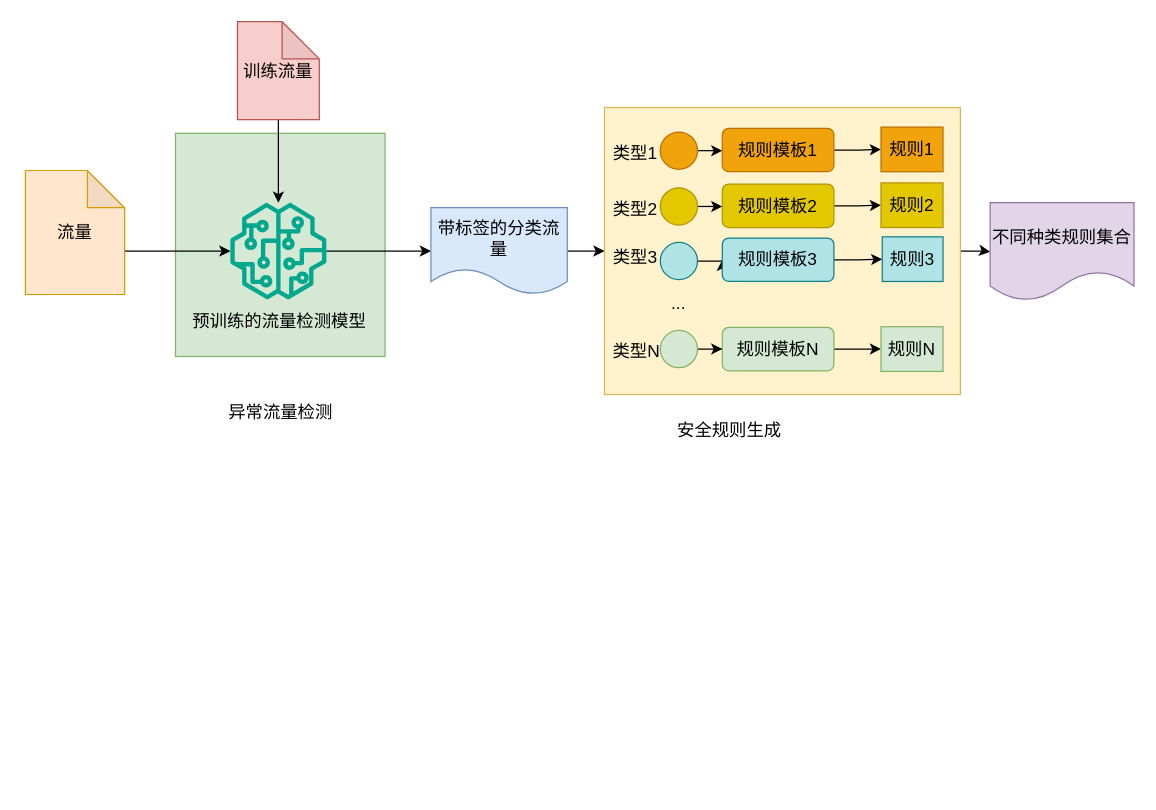
The draw.io diagram project2.drawio in litchiz/idshw1, before the edit. Source tidied: cells renumbered, new cells numbered last; positions are measured from the earlier drawing's top-left corner, leaving out a move shared by most shapes. Both pictures are drawn from the tidied source at 124%, with x=0, y=0 at pixel (25, 21).
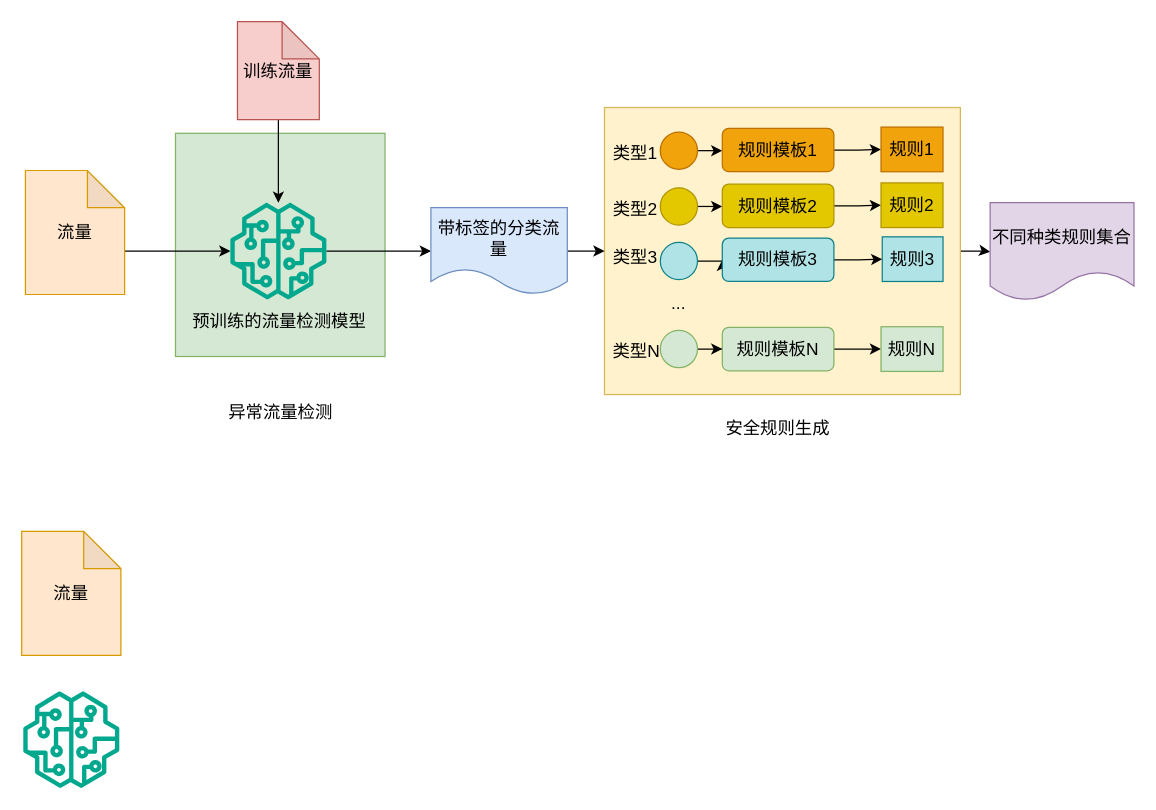
Above is the later version.

What changed in the source:
```diff
@@
     <mxCell id="23" value="安全规则生成" style="text;html=1;align=center;verticalAlign=middle;whiteSpace=wrap;rounded=0;fontSize=14;" parent="1" vertex="1">
-      <mxGeometry x="503" y="315" width="130" height="30" as="geometry" />
+      <mxGeometry x="542" y="313" width="130" height="30" as="geometry" />
     </mxCell>
@@
+    <mxCell id="42" value="流量" style="shape=note;whiteSpace=wrap;html=1;backgroundOutline=1;darkOpacity=0.05;fontSize=14;fillColor=#ffe6cc;strokeColor=#d79b00;" parent="1" vertex="1">
+      <mxGeometry x="-3" y="411" width="80" height="100" as="geometry" />
+    </mxCell>
+    <mxCell id="43" style="sketch=0;fontColor=#232F3E;gradientColor=none;fillColor=#01A88D;strokeColor=none;dashed=0;verticalLabelPosition=bottom;verticalAlign=top;align=center;html=1;fontSize=14;fontStyle=0;shape=mxgraph.aws4.sagemaker_model;" parent="1" vertex="1">
+      <mxGeometry x="-2" y="540" width="78" height="78" as="geometry" />
+    </mxCell>
```
